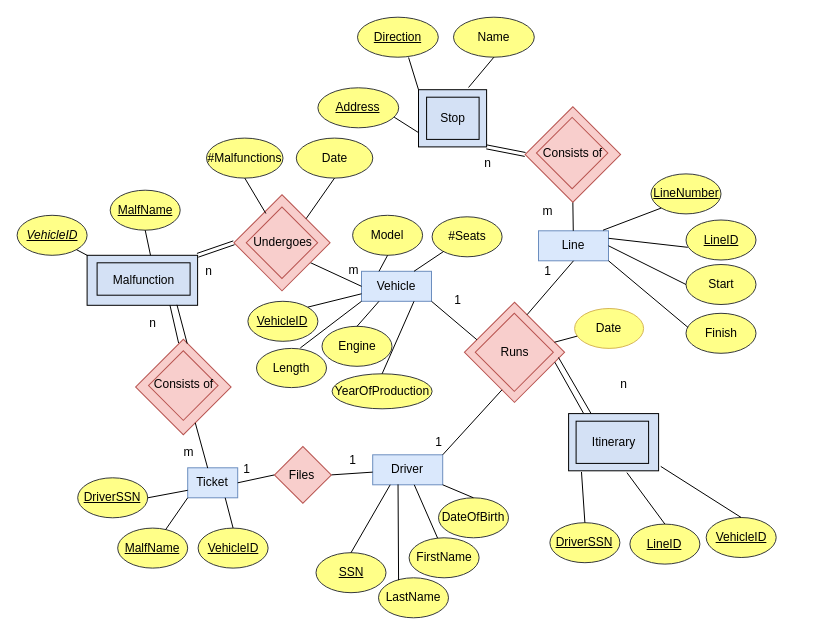
The draw.io diagram Untitled Diagram.drawio in kotsos2000/kotsos2000, before the edit. Source tidied: cells renumbered, new cells numbered last; positions are measured from the earlier drawing's top-left corner, leaving out a move shared by most shapes. Both pictures are drawn from the tidied source at 100%, with x=0, y=0 at pixel (17, 17).
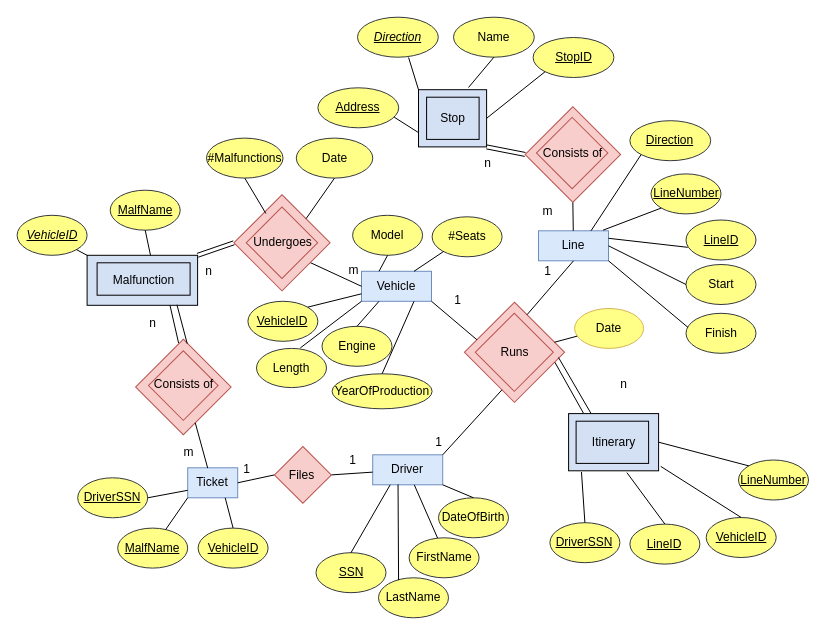
Above is the later version.

Unchanged cells that the change refers to:
```xml
<mxCell id="2" style="rounded=0;whiteSpace=wrap;html=1;fillColor=#D4E1F5;" parent="1" vertex="1">
  <mxGeometry x="551.1" y="396.1" width="90" height="57.2" as="geometry" />
</mxCell>
<mxCell id="5" value="&lt;div&gt;Line&lt;/div&gt;" style="rounded=0;whiteSpace=wrap;html=1;fillColor=#dae8fc;strokeColor=#6c8ebf;" parent="1" vertex="1">
  <mxGeometry x="521" y="213.3" width="70" height="30" as="geometry" />
</mxCell>
<mxCell id="26" style="rounded=0;whiteSpace=wrap;html=1;fillColor=#D4E1F5;" parent="1" vertex="1">
  <mxGeometry x="401" y="72.2" width="68.1" height="57.2" as="geometry" />
</mxCell>
```

Diff of the diagram source:
```diff
@@
-    <mxCell id="87" value="&lt;u&gt;Direction&lt;/u&gt;" style="ellipse;whiteSpace=wrap;html=1;fillColor=#ffff88;strokeColor=#36393d;" parent="1" vertex="1">
+    <mxCell id="87" value="&lt;i&gt;&lt;u&gt;Direction&lt;/u&gt;&lt;/i&gt;" style="ellipse;whiteSpace=wrap;html=1;fillColor=#ffff88;strokeColor=#36393d;" parent="1" vertex="1">
       <mxGeometry x="340" y="-0.3" width="80.8" height="40" as="geometry" />
     </mxCell>
@@
+    <mxCell id="111" value="&lt;u&gt;LineNumber&lt;/u&gt;" style="ellipse;whiteSpace=wrap;html=1;fillColor=#ffff88;strokeColor=#36393d;" parent="1" vertex="1">
+      <mxGeometry x="721" y="442.5" width="70" height="40" as="geometry" />
+    </mxCell>
+    <mxCell id="112" style="endArrow=none;html=1;rounded=0;exitX=1;exitY=0.5;exitDx=0;exitDy=0;entryX=0;entryY=0;entryDx=0;entryDy=0;" parent="1" edge="1" source="2" target="111">
+      <mxGeometry relative="1" as="geometry" />
+    </mxCell>
+    <mxCell id="113" value="&lt;u&gt;StopID&lt;/u&gt;" style="ellipse;whiteSpace=wrap;html=1;fillColor=#ffff88;strokeColor=#36393d;" parent="1" vertex="1">
+      <mxGeometry x="515.6" y="20" width="80.8" height="40" as="geometry" />
+    </mxCell>
+    <mxCell id="114" style="endArrow=none;html=1;rounded=0;exitX=0;exitY=1;exitDx=0;exitDy=0;entryX=1;entryY=0.5;entryDx=0;entryDy=0;" parent="1" edge="1" source="113" target="26">
+      <mxGeometry relative="1" as="geometry" />
+    </mxCell>
+    <mxCell id="115" value="&lt;u&gt;Direction&lt;/u&gt;" style="ellipse;whiteSpace=wrap;html=1;fillColor=#ffff88;strokeColor=#36393d;" parent="1" vertex="1">
+      <mxGeometry x="612.4" y="103.2" width="80.8" height="40" as="geometry" />
+    </mxCell>
+    <mxCell id="116" style="endArrow=none;html=1;rounded=0;exitX=0;exitY=1;exitDx=0;exitDy=0;entryX=0.75;entryY=0;entryDx=0;entryDy=0;" parent="1" edge="1" source="115" target="5">
+      <mxGeometry relative="1" as="geometry" />
+    </mxCell>
```
